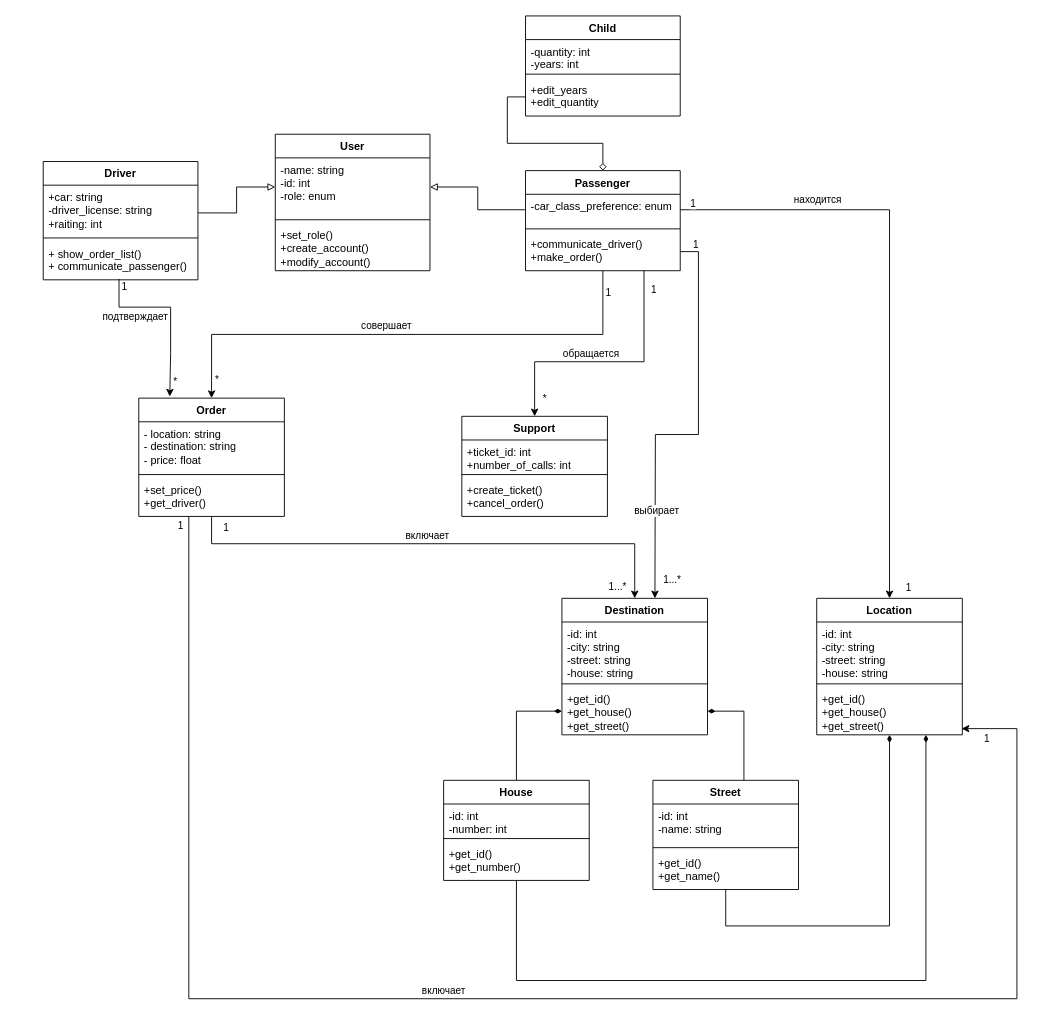
Before: Диаграмма без названия.drawio in Mvsia/datalearn, a draw.io diagram. Source tidied: cells renumbered, new cells numbered last; positions are measured from the earlier drawing's top-left corner, leaving out a move shared by most shapes. Both pictures are drawn from the tidied source at 91%, with x=0, y=0 at pixel (43, 15).
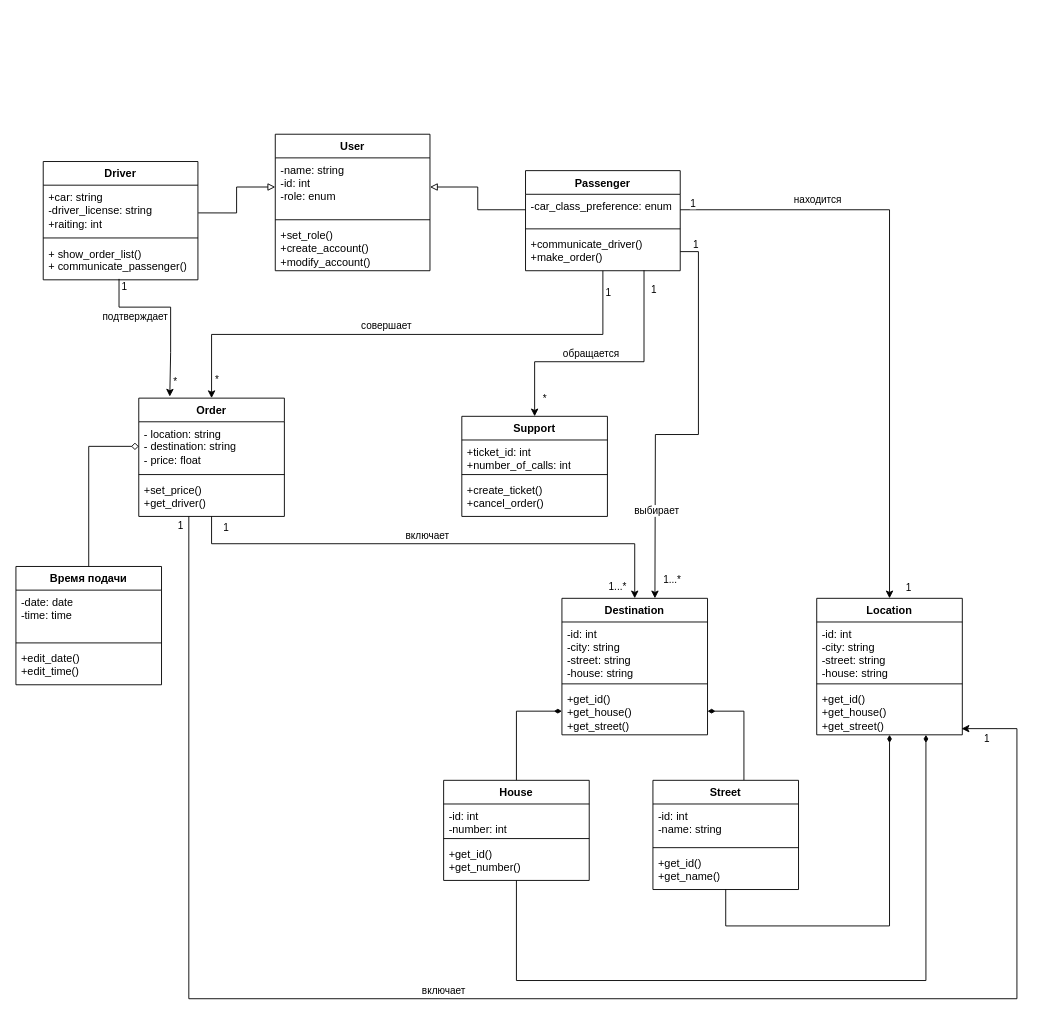
Above is the later version.

Unchanged cells that the change refers to:
```xml
<mxCell id="6" value="Passenger" style="swimlane;fontStyle=1;align=center;verticalAlign=top;horizontal=1;startSize=26;whiteSpace=wrap;html=1;" parent="1" vertex="1">
  <mxGeometry x="530" y="170" width="170" height="110" as="geometry" />
</mxCell>
<mxCell id="11" value="- location: string&lt;div&gt;- destination: string&lt;/div&gt;&lt;div&gt;&lt;span style=&quot;background-color: initial;&quot;&gt;- price: float&lt;/span&gt;&lt;/div&gt;" style="text;strokeColor=none;fillColor=none;align=left;verticalAlign=top;spacingLeft=4;spacingRight=4;overflow=hidden;points=[[0,0.5],[1,0.5]];portConstraint=eastwest;whiteSpace=wrap;html=1;" parent="10" vertex="1">
  <mxGeometry y="26" width="160" height="54" as="geometry" />
</mxCell>
```

The edit, as a diff of the source:
```diff
@@
-    <mxCell id="72" value="Child" style="swimlane;fontStyle=1;align=center;verticalAlign=top;horizontal=1;startSize=26;whiteSpace=wrap;html=1;" parent="1" vertex="1">
-      <mxGeometry x="530" width="170" height="110" as="geometry" />
-    </mxCell>
-    <mxCell id="73" value="&lt;div&gt;-quantity: int&lt;/div&gt;&lt;div&gt;-years: int&lt;/div&gt;" style="text;strokeColor=none;fillColor=none;align=left;verticalAlign=top;spacingLeft=4;spacingRight=4;overflow=hidden;whiteSpace=wrap;html=1;" parent="72" vertex="1">
-      <mxGeometry y="26" width="170" height="34" as="geometry" />
-    </mxCell>
-    <mxCell id="74" style="line;strokeWidth=1;fillColor=none;align=left;verticalAlign=middle;spacingTop=-1;spacingLeft=3;spacingRight=3;labelPosition=right;strokeColor=inherit;" parent="72" vertex="1">
-      <mxGeometry y="60" width="170" height="8" as="geometry" />
-    </mxCell>
-    <mxCell id="75" value="+edit_years&lt;div&gt;+edit_quantity&lt;/div&gt;" style="text;strokeColor=none;fillColor=none;align=left;verticalAlign=top;spacingLeft=4;spacingRight=4;overflow=hidden;points=[[0,0.5],[1,0.5]];portConstraint=eastwest;whiteSpace=wrap;html=1;" parent="72" vertex="1">
-      <mxGeometry y="68" width="170" height="42" as="geometry" />
-    </mxCell>
-    <mxCell id="76" style="edgeStyle=orthogonalEdgeStyle;rounded=0;jettySize=auto;html=1;endArrow=diamond;endFill=0;" parent="1" edge="1" source="75" target="6">
-      <mxGeometry relative="1" as="geometry" />
-    </mxCell>
+    <mxCell id="77" style="edgeStyle=orthogonalEdgeStyle;rounded=0;jettySize=auto;html=1;endArrow=diamond;endFill=0;exitX=0.5;exitY=0;exitDx=0;exitDy=0;" parent="1" edge="1" source="78" target="11">
+      <mxGeometry relative="1" as="geometry" />
+    </mxCell>
+    <mxCell id="78" value="Время подачи" style="swimlane;fontStyle=1;align=center;verticalAlign=top;horizontal=1;startSize=26;whiteSpace=wrap;html=1;" parent="1" vertex="1">
+      <mxGeometry x="-30" y="605" width="160" height="130" as="geometry" />
+    </mxCell>
+    <mxCell id="79" value="-date: date&lt;div&gt;-time: time&lt;/div&gt;" style="text;strokeColor=none;fillColor=none;align=left;verticalAlign=top;spacingLeft=4;spacingRight=4;overflow=hidden;whiteSpace=wrap;html=1;" parent="78" vertex="1">
+      <mxGeometry y="26" width="160" height="54" as="geometry" />
+    </mxCell>
+    <mxCell id="80" style="line;strokeWidth=1;fillColor=none;align=left;verticalAlign=middle;spacingTop=-1;spacingLeft=3;spacingRight=3;labelPosition=right;strokeColor=inherit;" parent="78" vertex="1">
+      <mxGeometry y="80" width="160" height="8" as="geometry" />
+    </mxCell>
+    <mxCell id="81" value="+edit_date()&lt;div&gt;+edit_time()&lt;/div&gt;" style="text;strokeColor=none;fillColor=none;align=left;verticalAlign=top;spacingLeft=4;spacingRight=4;overflow=hidden;whiteSpace=wrap;html=1;" parent="78" vertex="1">
+      <mxGeometry y="88" width="160" height="42" as="geometry" />
+    </mxCell>
```
